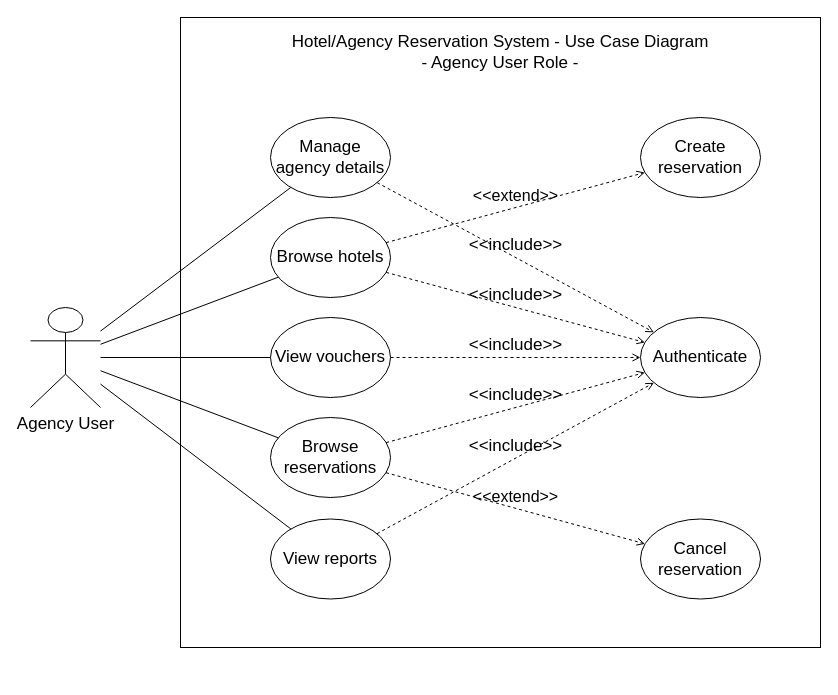
This is page "agency" (3 of 4) of use_case_diagram.drawio from jawharhmidi02/resrvy_diagrams, a draw.io file, before an edit. Source tidied: cells renumbered, new cells numbered last; positions are measured from the earlier drawing's top-left corner, leaving out a move shared by most shapes. Both pictures are drawn from the tidied source at 100%, with x=0, y=0 at pixel (30, 17).
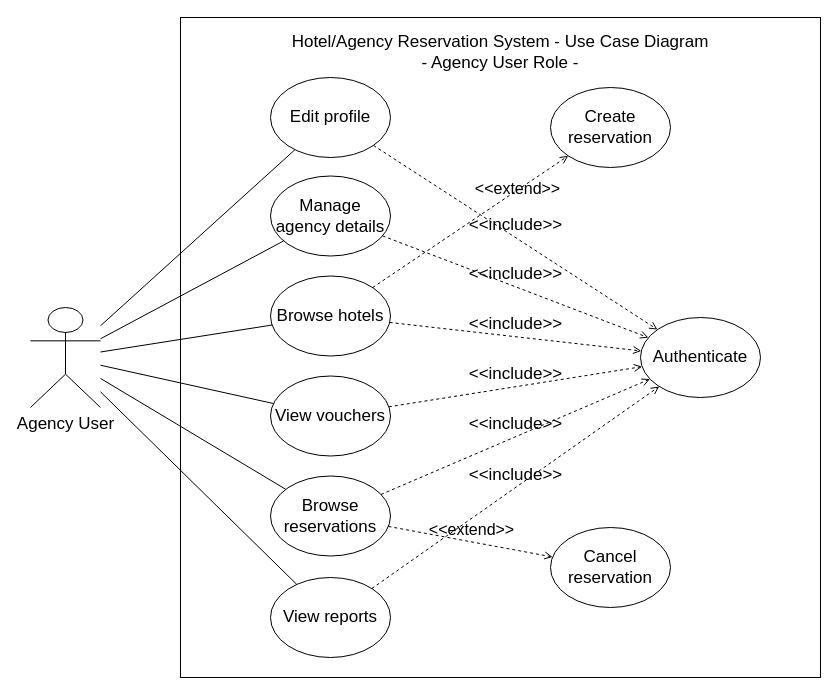
Above is the later version.

The change refers to these unchanged cells:
```xml
<mxCell id="4" value="Agency User" style="shape=umlActor;verticalLabelPosition=bottom;verticalAlign=top;html=1;outlineConnect=0;fontSize=17;" parent="1" vertex="1">
  <mxGeometry y="290" width="70" height="100" as="geometry" />
</mxCell>
<mxCell id="5" value="Authenticate" style="ellipse;whiteSpace=wrap;html=1;fontSize=17;" parent="1" vertex="1">
  <mxGeometry x="610" y="300" width="120" height="80" as="geometry" />
</mxCell>
```

What changed in the source:
```diff
@@
     <mxCell id="2" style="rounded=0;whiteSpace=wrap;html=1;fontSize=17;" parent="1" vertex="1">
-      <mxGeometry x="150" width="640" height="630" as="geometry" />
+      <mxGeometry x="150" width="640" height="660" as="geometry" />
     </mxCell>
     <mxCell id="3" value="Browse reservations" style="ellipse;whiteSpace=wrap;html=1;fontSize=17;" parent="1" vertex="1">
-      <mxGeometry x="240" y="400" width="120" height="80" as="geometry" />
+      <mxGeometry x="240" y="458.5" width="120" height="80" as="geometry" />
     </mxCell>
@@
     <mxCell id="6" value="&lt;div&gt;Manage agency details&lt;/div&gt;" style="ellipse;whiteSpace=wrap;html=1;fontSize=17;" parent="1" vertex="1">
-      <mxGeometry x="240" y="100" width="120" height="80" as="geometry" />
+      <mxGeometry x="240" y="158.5" width="120" height="80" as="geometry" />
     </mxCell>
     <mxCell id="7" value="Browse hotels" style="ellipse;whiteSpace=wrap;html=1;fontSize=17;" parent="1" vertex="1">
-      <mxGeometry x="240" y="200" width="120" height="80" as="geometry" />
+      <mxGeometry x="240" y="258.5" width="120" height="80" as="geometry" />
     </mxCell>
@@
     <mxCell id="11" value="Cancel reservation" style="ellipse;whiteSpace=wrap;html=1;fontSize=17;" parent="1" vertex="1">
-      <mxGeometry x="610" y="501.5" width="120" height="80" as="geometry" />
+      <mxGeometry x="520" y="510" width="120" height="80" as="geometry" />
     </mxCell>
     <mxCell id="12" value="Create reservation" style="ellipse;whiteSpace=wrap;html=1;fontSize=17;" parent="1" vertex="1">
-      <mxGeometry x="610" y="100" width="120" height="80" as="geometry" />
+      <mxGeometry x="520" y="70" width="120" height="80" as="geometry" />
     </mxCell>
     <mxCell id="13" value="View reports" style="ellipse;whiteSpace=wrap;html=1;fontSize=17;" parent="1" vertex="1">
-      <mxGeometry x="240" y="501.5" width="120" height="80" as="geometry" />
+      <mxGeometry x="240" y="560" width="120" height="80" as="geometry" />
     </mxCell>
@@
     <mxCell id="15" value="View vouchers" style="ellipse;whiteSpace=wrap;html=1;fontSize=17;" parent="1" vertex="1">
-      <mxGeometry x="240" y="300" width="120" height="80" as="geometry" />
+      <mxGeometry x="240" y="358.5" width="120" height="80" as="geometry" />
     </mxCell>
@@
     <mxCell id="23" value="&amp;lt;&amp;lt;extend&amp;gt;&amp;gt;" style="html=1;verticalAlign=bottom;labelBackgroundColor=none;endArrow=open;endFill=0;dashed=1;rounded=0;fontSize=16;" parent="1" edge="1" source="7" target="12">
-      <mxGeometry relative="1" as="geometry" />
+      <mxGeometry x="0.43" y="-9" relative="1" as="geometry" />
     </mxCell>
@@
+    <mxCell id="25" value="Edit profile" style="ellipse;whiteSpace=wrap;html=1;fontSize=17;" parent="1" vertex="1">
+      <mxGeometry x="240" y="60" width="120" height="80" as="geometry" />
+    </mxCell>
+    <mxCell id="26" style="endArrow=none;html=1;rounded=0;fontSize=17;" parent="1" edge="1" source="4" target="25">
+      <mxGeometry relative="1" as="geometry" />
+    </mxCell>
+    <mxCell id="27" value="&amp;lt;&amp;lt;include&amp;gt;&amp;gt;" style="html=1;verticalAlign=bottom;labelBackgroundColor=none;endArrow=open;endFill=0;dashed=1;rounded=0;fontSize=17;" parent="1" edge="1" source="25" target="5">
+      <mxGeometry relative="1" as="geometry" />
+    </mxCell>
```
